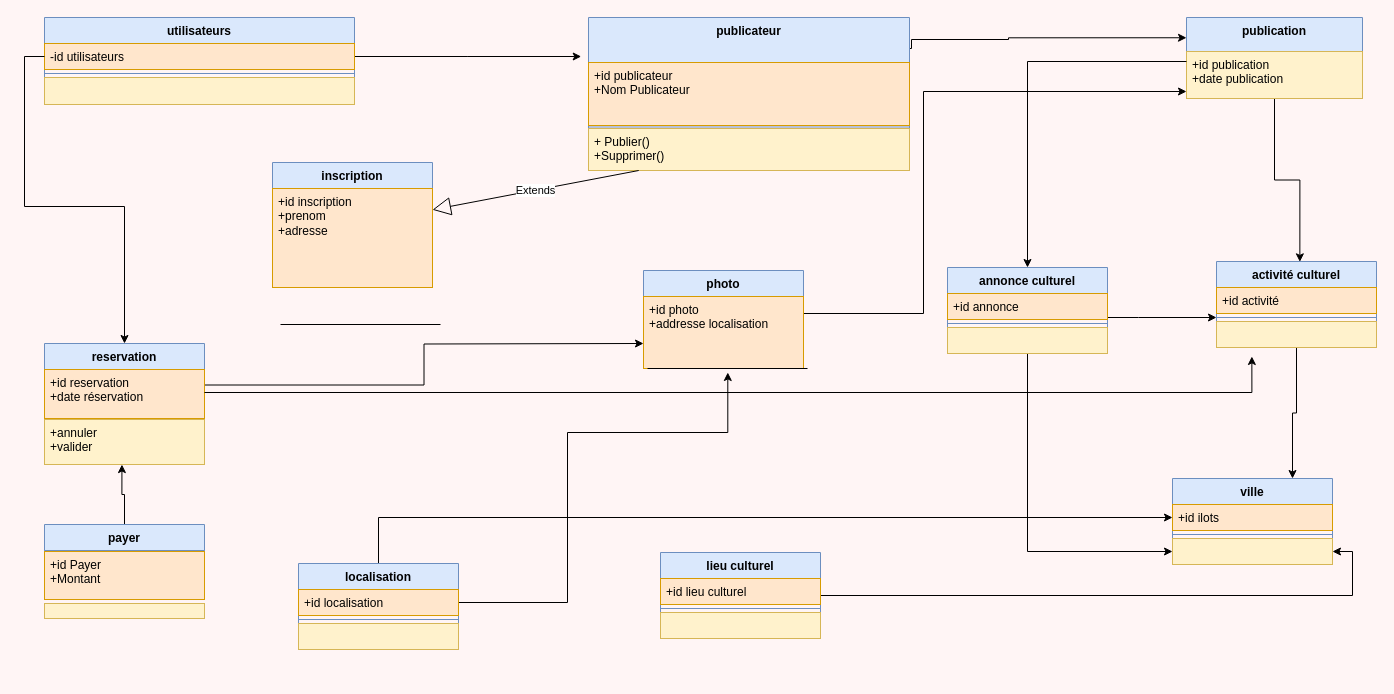
Before: page "Page-1" (1 of 2) of Diagramme sans nom.drawio in mawuli01/reactJS, a draw.io diagram. Source tidied: cells renumbered, new cells numbered last; positions are measured from the earlier drawing's top-left corner, leaving out a move shared by most shapes. Both pictures are drawn from the tidied source at 100%, with x=0, y=0 at pixel (44, 17).
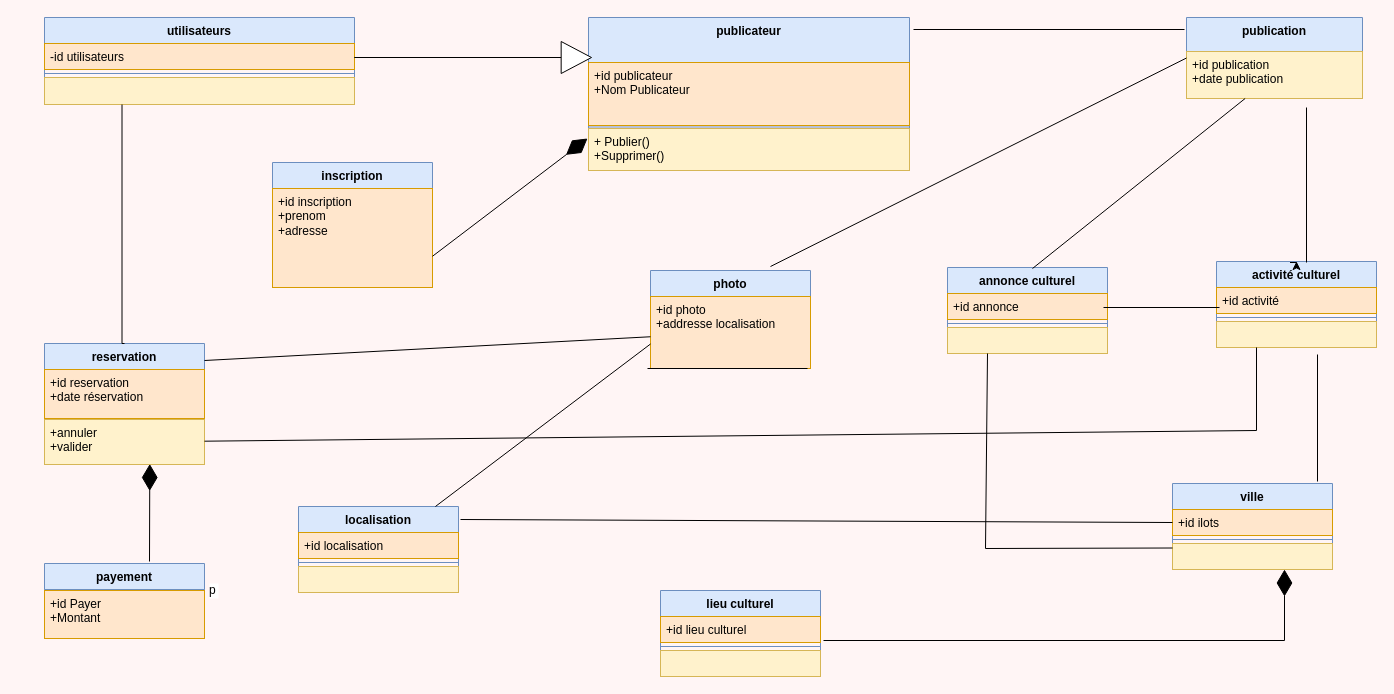
The same page after the edit.

Unchanged cells that the change refers to:
```xml
<mxCell id="2" value="utilisateurs" style="swimlane;fontStyle=1;align=center;verticalAlign=top;horizontal=1;startSize=26;whiteSpace=wrap;html=1;fillColor=#dae8fc;strokeColor=#6c8ebf;" parent="1" vertex="1">
  <mxGeometry width="310" height="87" as="geometry" />
</mxCell>
<mxCell id="4" value="-id utilisateurs" style="text;strokeColor=#d79b00;fillColor=#ffe6cc;align=left;verticalAlign=top;spacingLeft=4;spacingRight=4;overflow=hidden;points=[[0,0.5],[1,0.5]];portConstraint=eastwest;whiteSpace=wrap;html=1;" parent="2" vertex="1">
  <mxGeometry y="26" width="310" height="26" as="geometry" />
</mxCell>
<mxCell id="8" value="publicateur" style="swimlane;fontStyle=1;align=center;verticalAlign=top;horizontal=1;startSize=45;whiteSpace=wrap;html=1;strokeColor=#6c8ebf;fillColor=#dae8fc;" parent="1" vertex="1">
  <mxGeometry x="544" width="321" height="153" as="geometry" />
</mxCell>
<mxCell id="11" value="+ Publier()&lt;br&gt;+Supprimer()" style="text;strokeColor=#d6b656;fillColor=#fff2cc;align=left;verticalAlign=top;spacingLeft=4;spacingRight=4;overflow=hidden;points=[[0,0.5],[1,0.5]];portConstraint=eastwest;whiteSpace=wrap;html=1;" parent="8" vertex="1">
  <mxGeometry y="111" width="321" height="42" as="geometry" />
</mxCell>
<mxCell id="13" value="publication" style="swimlane;fontStyle=1;align=center;verticalAlign=top;horizontal=1;startSize=34;whiteSpace=wrap;html=1;fillColor=#dae8fc;strokeColor=#6c8ebf;" parent="1" vertex="1">
  <mxGeometry x="1142" width="176" height="81" as="geometry" />
</mxCell>
<mxCell id="14" value="+id publication&lt;br&gt;+date publication" style="text;strokeColor=#d6b656;fillColor=#fff2cc;align=left;verticalAlign=top;spacingLeft=4;spacingRight=4;overflow=hidden;points=[[0,0.5],[1,0.5]];portConstraint=eastwest;whiteSpace=wrap;html=1;" parent="13" vertex="1">
  <mxGeometry y="34" width="176" height="47" as="geometry" />
</mxCell>
<mxCell id="15" value="inscription" style="swimlane;fontStyle=1;align=center;verticalAlign=top;horizontal=1;startSize=26;whiteSpace=wrap;html=1;fillColor=#dae8fc;strokeColor=#6c8ebf;" parent="1" vertex="1">
  <mxGeometry x="228" y="145" width="160" height="125" as="geometry" />
</mxCell>
<mxCell id="18" value="reservation" style="swimlane;fontStyle=1;align=center;verticalAlign=top;horizontal=1;startSize=26;whiteSpace=wrap;html=1;fillColor=#dae8fc;strokeColor=#6c8ebf;" parent="1" vertex="1">
  <mxGeometry y="326" width="160" height="83" as="geometry" />
</mxCell>
<mxCell id="19" value="+id reservation&lt;br&gt;+date réservation" style="text;strokeColor=#d79b00;fillColor=#ffe6cc;align=left;verticalAlign=top;spacingLeft=4;spacingRight=4;overflow=hidden;points=[[0,0.5],[1,0.5]];portConstraint=eastwest;whiteSpace=wrap;html=1;" parent="18" vertex="1">
  <mxGeometry y="26" width="160" height="49" as="geometry" />
</mxCell>
<mxCell id="27" value="+id ilots&amp;nbsp;" style="text;strokeColor=#d79b00;fillColor=#ffe6cc;align=left;verticalAlign=top;spacingLeft=4;spacingRight=4;overflow=hidden;points=[[0,0.5],[1,0.5]];portConstraint=eastwest;whiteSpace=wrap;html=1;" parent="26" vertex="1">
  <mxGeometry y="26" width="160" height="26" as="geometry" />
</mxCell>
<mxCell id="29" style="text;strokeColor=#d6b656;fillColor=#fff2cc;align=left;verticalAlign=top;spacingLeft=4;spacingRight=4;overflow=hidden;points=[[0,0.5],[1,0.5]];portConstraint=eastwest;whiteSpace=wrap;html=1;" parent="26" vertex="1">
  <mxGeometry y="60" width="160" height="26" as="geometry" />
</mxCell>
<mxCell id="31" value="activité culturel" style="swimlane;fontStyle=1;align=center;verticalAlign=top;horizontal=1;startSize=26;whiteSpace=wrap;html=1;fillColor=#dae8fc;strokeColor=#6c8ebf;" parent="1" vertex="1">
  <mxGeometry x="1172" y="244" width="160" height="86" as="geometry" />
</mxCell>
<mxCell id="33" style="line;strokeWidth=1;fillColor=none;align=left;verticalAlign=middle;spacingTop=-1;spacingLeft=3;spacingRight=3;labelPosition=right;points=[];portConstraint=eastwest;strokeColor=inherit;" parent="31" vertex="1">
  <mxGeometry y="52" width="160" height="8" as="geometry" />
</mxCell>
<mxCell id="34" style="text;strokeColor=#d6b656;fillColor=#fff2cc;align=left;verticalAlign=top;spacingLeft=4;spacingRight=4;overflow=hidden;points=[[0,0.5],[1,0.5]];portConstraint=eastwest;whiteSpace=wrap;html=1;" parent="31" vertex="1">
  <mxGeometry y="60" width="160" height="26" as="geometry" />
</mxCell>
<mxCell id="38" value="annonce culturel" style="swimlane;fontStyle=1;align=center;verticalAlign=top;horizontal=1;startSize=26;whiteSpace=wrap;html=1;fillColor=#dae8fc;strokeColor=#6c8ebf;" parent="1" vertex="1">
  <mxGeometry x="903" y="250" width="160" height="86" as="geometry" />
</mxCell>
<mxCell id="43" value="+annuler&amp;nbsp;&lt;br&gt;+valider" style="text;strokeColor=#d6b656;fillColor=#fff2cc;align=left;verticalAlign=top;spacingLeft=4;spacingRight=4;overflow=hidden;points=[[0,0.5],[1,0.5]];portConstraint=eastwest;whiteSpace=wrap;html=1;" parent="1" vertex="1">
  <mxGeometry y="402" width="160" height="45" as="geometry" />
</mxCell>
<mxCell id="47" value="+id localisation" style="text;align=left;verticalAlign=top;spacingLeft=4;spacingRight=4;overflow=hidden;points=[[0,0.5],[1,0.5]];portConstraint=eastwest;whiteSpace=wrap;html=1;fillColor=#ffe6cc;strokeColor=#d79b00;" parent="45" vertex="1">
  <mxGeometry y="26" width="160" height="26" as="geometry" />
</mxCell>
<mxCell id="54" value="+id photo&lt;br&gt;+addresse localisation" style="text;strokeColor=#d79b00;fillColor=#ffe6cc;align=left;verticalAlign=top;spacingLeft=4;spacingRight=4;overflow=hidden;points=[[0,0.5],[1,0.5]];portConstraint=eastwest;whiteSpace=wrap;html=1;" parent="53" vertex="1">
  <mxGeometry y="26" width="160" height="72" as="geometry" />
</mxCell>
```

Change to the diagram source:
```diff
@@
-    <mxCell id="3" style="edgeStyle=orthogonalEdgeStyle;rounded=0;jettySize=auto;html=1;exitX=1;exitY=0.5;exitDx=0;exitDy=0;" parent="2" edge="1" source="4">
-      <mxGeometry relative="1" as="geometry">
-        <mxPoint x="536.7" y="39" as="targetPoint" />
-      </mxGeometry>
-    </mxCell>
@@
-    <mxCell id="7" style="edgeStyle=orthogonalEdgeStyle;rounded=0;jettySize=auto;html=1;exitX=1;exitY=0.25;exitDx=0;exitDy=0;entryX=0;entryY=0.25;entryDx=0;entryDy=0;" parent="1" edge="1" source="8" target="13">
-      <mxGeometry relative="1" as="geometry">
-        <Array as="points">
-          <mxPoint x="865" y="31" />
-          <mxPoint x="867" y="31" />
-          <mxPoint x="867" y="22" />
-          <mxPoint x="964" y="22" />
-          <mxPoint x="964" y="20" />
-        </Array>
-      </mxGeometry>
-    </mxCell>
@@
-    <mxCell id="12" style="edgeStyle=orthogonalEdgeStyle;rounded=0;jettySize=auto;html=1;entryX=0.521;entryY=0.004;entryDx=0;entryDy=0;entryPerimeter=0;" parent="1" edge="1" source="13" target="31">
-      <mxGeometry relative="1" as="geometry" />
-    </mxCell>
@@
-    <mxCell id="17" style="edgeStyle=orthogonalEdgeStyle;rounded=0;jettySize=auto;html=1;" parent="1" edge="1" source="18">
-      <mxGeometry relative="1" as="geometry">
-        <mxPoint x="599" y="326" as="targetPoint" />
-      </mxGeometry>
-    </mxCell>
@@
-    <mxCell id="21" style="edgeStyle=orthogonalEdgeStyle;rounded=0;jettySize=auto;html=1;entryX=1;entryY=0.5;entryDx=0;entryDy=0;" parent="1" edge="1" source="22" target="29">
-      <mxGeometry relative="1" as="geometry" />
-    </mxCell>
     <mxCell id="22" value="lieu culturel" style="swimlane;fontStyle=1;align=center;verticalAlign=top;horizontal=1;startSize=26;whiteSpace=wrap;html=1;fillColor=#dae8fc;strokeColor=#6c8ebf;" parent="1" vertex="1">
-      <mxGeometry x="616" y="535" width="160" height="86" as="geometry" />
+      <mxGeometry x="616" y="573" width="160" height="86" as="geometry" />
     </mxCell>
@@
     <mxCell id="26" value="ville" style="swimlane;fontStyle=1;align=center;verticalAlign=top;horizontal=1;startSize=26;whiteSpace=wrap;html=1;fillColor=#dae8fc;strokeColor=#6c8ebf;" parent="1" vertex="1">
-      <mxGeometry x="1128" y="461" width="160" height="86" as="geometry" />
+      <mxGeometry x="1128" y="466" width="160" height="86" as="geometry" />
     </mxCell>
@@
-    <mxCell id="30" style="edgeStyle=orthogonalEdgeStyle;rounded=0;jettySize=auto;html=1;entryX=0.75;entryY=0;entryDx=0;entryDy=0;" parent="1" edge="1" source="31" target="26">
-      <mxGeometry relative="1" as="geometry" />
-    </mxCell>
+    <mxCell id="62" style="endArrow=none;html=1;rounded=0;" parent="26" edge="1">
+      <mxGeometry relative="1" as="geometry">
+        <mxPoint x="145" y="-2" as="sourcePoint" />
+        <mxPoint x="145" y="-129" as="targetPoint" />
+      </mxGeometry>
+    </mxCell>
@@
+    <mxCell id="63" style="endArrow=none;html=1;rounded=0;" parent="31" edge="1">
+      <mxGeometry relative="1" as="geometry">
+        <mxPoint x="90" y="1" as="sourcePoint" />
+        <mxPoint x="90" y="-154" as="targetPoint" />
+      </mxGeometry>
+    </mxCell>
@@
-    <mxCell id="35" value="Extends" style="endArrow=block;endSize=16;endFill=0;html=1;rounded=0;" parent="1" edge="1" source="11" target="15">
-      <mxGeometry relative="1" as="geometry" />
-    </mxCell>
-    <mxCell id="36" style="edgeStyle=orthogonalEdgeStyle;rounded=0;jettySize=auto;html=1;entryX=0;entryY=0.5;entryDx=0;entryDy=0;" parent="1" edge="1" source="38" target="29">
-      <mxGeometry relative="1" as="geometry" />
-    </mxCell>
-    <mxCell id="37" style="edgeStyle=orthogonalEdgeStyle;rounded=0;jettySize=auto;html=1;" parent="1" edge="1" source="38" target="33">
-      <mxGeometry relative="1" as="geometry">
-        <Array as="points">
-          <mxPoint x="1094" y="300" />
-          <mxPoint x="1094" y="300" />
-        </Array>
-      </mxGeometry>
-    </mxCell>
@@
+    <mxCell id="64" style="endArrow=none;html=1;rounded=0;" parent="38" edge="1" target="14">
+      <mxGeometry relative="1" as="geometry">
+        <mxPoint x="85" y="1" as="sourcePoint" />
+      </mxGeometry>
+    </mxCell>
@@
-    <mxCell id="42" style="edgeStyle=orthogonalEdgeStyle;rounded=0;jettySize=auto;html=1;entryX=0.5;entryY=0;entryDx=0;entryDy=0;" parent="1" edge="1" source="14" target="38">
-      <mxGeometry relative="1" as="geometry">
-        <Array as="points">
-          <mxPoint x="983" y="44" />
-        </Array>
-      </mxGeometry>
-    </mxCell>
@@
-    <mxCell id="44" style="edgeStyle=orthogonalEdgeStyle;rounded=0;jettySize=auto;html=1;entryX=0;entryY=0.5;entryDx=0;entryDy=0;" parent="1" edge="1" source="45" target="27">
-      <mxGeometry relative="1" as="geometry" />
-    </mxCell>
     <mxCell id="45" value="localisation" style="swimlane;fontStyle=1;align=center;verticalAlign=top;horizontal=1;startSize=26;whiteSpace=wrap;html=1;fillColor=#dae8fc;strokeColor=#6c8ebf;" parent="1" vertex="1">
-      <mxGeometry x="254" y="546" width="160" height="86" as="geometry" />
+      <mxGeometry x="254" y="489" width="160" height="86" as="geometry" />
     </mxCell>
-    <mxCell id="46" style="edgeStyle=orthogonalEdgeStyle;rounded=0;jettySize=auto;html=1;" parent="45" edge="1" source="47">
-      <mxGeometry relative="1" as="geometry">
-        <mxPoint x="429.3" y="-191" as="targetPoint" />
-        <Array as="points">
-          <mxPoint x="269" y="39" />
-          <mxPoint x="269" y="-131" />
-          <mxPoint x="429" y="-131" />
-        </Array>
-      </mxGeometry>
-    </mxCell>
@@
-    <mxCell id="50" style="edgeStyle=orthogonalEdgeStyle;rounded=0;jettySize=auto;html=1;entryX=0.5;entryY=0;entryDx=0;entryDy=0;" parent="1" edge="1" source="4" target="18">
-      <mxGeometry relative="1" as="geometry" />
-    </mxCell>
-    <mxCell id="51" style="edgeStyle=orthogonalEdgeStyle;rounded=0;jettySize=auto;html=1;entryX=0.221;entryY=1.346;entryDx=0;entryDy=0;entryPerimeter=0;" parent="1" edge="1" source="19" target="34">
-      <mxGeometry relative="1" as="geometry">
-        <Array as="points">
-          <mxPoint x="1207" y="375" />
-        </Array>
-      </mxGeometry>
-    </mxCell>
-    <mxCell id="52" style="edgeStyle=orthogonalEdgeStyle;rounded=0;jettySize=auto;html=1;entryX=0;entryY=0.851;entryDx=0;entryDy=0;entryPerimeter=0;" parent="1" edge="1" source="53" target="14">
-      <mxGeometry relative="1" as="geometry">
-        <Array as="points">
-          <mxPoint x="879" y="296" />
-          <mxPoint x="879" y="74" />
-        </Array>
-      </mxGeometry>
-    </mxCell>
     <mxCell id="53" value="photo" style="swimlane;fontStyle=1;align=center;verticalAlign=top;horizontal=1;startSize=26;whiteSpace=wrap;html=1;fillColor=#dae8fc;strokeColor=#6c8ebf;" parent="1" vertex="1">
-      <mxGeometry x="599" y="253" width="160" height="98" as="geometry" />
+      <mxGeometry x="606" y="253" width="160" height="98" as="geometry" />
     </mxCell>
@@
-    <mxCell id="55" style="edgeStyle=orthogonalEdgeStyle;rounded=0;jettySize=auto;html=1;entryX=0.484;entryY=1.001;entryDx=0;entryDy=0;entryPerimeter=0;" parent="1" edge="1" source="56" target="43">
-      <mxGeometry relative="1" as="geometry" />
-    </mxCell>
+    <mxCell id="65" style="endArrow=none;html=1;rounded=0;entryX=0;entryY=0.5;entryDx=0;entryDy=0;" parent="53" edge="1" target="13">
+      <mxGeometry relative="1" as="geometry">
+        <mxPoint x="120" y="-4" as="sourcePoint" />
+      </mxGeometry>
+    </mxCell>
-    <mxCell id="56" value="payer" style="swimlane;fontStyle=1;align=center;verticalAlign=top;horizontal=1;startSize=26;whiteSpace=wrap;html=1;fillColor=#dae8fc;strokeColor=#6c8ebf;" parent="1" vertex="1">
-      <mxGeometry y="507" width="160" height="75" as="geometry" />
+    <mxCell id="56" value="payement" style="swimlane;fontStyle=1;align=center;verticalAlign=top;horizontal=1;startSize=26;whiteSpace=wrap;html=1;fillColor=#dae8fc;strokeColor=#6c8ebf;" parent="1" vertex="1">
+      <mxGeometry y="546" width="160" height="75" as="geometry" />
     </mxCell>
-    <mxCell id="57" style="line;strokeWidth=1;fillColor=none;align=left;verticalAlign=middle;spacingTop=-1;spacingLeft=3;spacingRight=3;labelPosition=right;strokeColor=inherit;" parent="56" vertex="1">
+    <mxCell id="57" value="p" style="line;strokeWidth=1;fillColor=none;align=left;verticalAlign=middle;spacingTop=-1;spacingLeft=3;spacingRight=3;labelPosition=right;strokeColor=inherit;" parent="56" vertex="1">
       <mxGeometry y="26" width="160" height="1" as="geometry" />
     </mxCell>
@@
-    <mxCell id="59" style="line;strokeWidth=1;fillColor=none;align=left;verticalAlign=middle;spacingTop=-1;spacingLeft=3;spacingRight=3;labelPosition=right;strokeColor=inherit;" parent="1" vertex="1">
-      <mxGeometry x="236" y="303" width="160" height="8" as="geometry" />
-    </mxCell>
-    <mxCell id="60" style="text;strokeColor=#d6b656;fillColor=#fff2cc;align=left;verticalAlign=top;spacingLeft=4;spacingRight=4;overflow=hidden;whiteSpace=wrap;html=1;" parent="1" vertex="1">
-      <mxGeometry y="586" width="160" height="15" as="geometry" />
-    </mxCell>
@@
+    <mxCell id="66" style="endArrow=none;html=1;rounded=0;" parent="1" edge="1">
+      <mxGeometry relative="1" as="geometry">
+        <mxPoint x="869" y="12" as="sourcePoint" />
+        <mxPoint x="1140" y="12" as="targetPoint" />
+      </mxGeometry>
+    </mxCell>
+    <mxCell id="67" style="endArrow=none;html=1;edgeStyle=orthogonalEdgeStyle;rounded=0;exitX=0.25;exitY=1;exitDx=0;exitDy=0;entryX=0.5;entryY=0;entryDx=0;entryDy=0;" parent="1" edge="1" source="2" target="18">
+      <mxGeometry relative="1" as="geometry">
+        <Array as="points">
+          <mxPoint x="78" y="326" />
+        </Array>
+      </mxGeometry>
+    </mxCell>
+    <mxCell id="68" style="endArrow=diamondThin;endFill=1;endSize=24;html=1;rounded=0;entryX=0.658;entryY=0.989;entryDx=0;entryDy=0;entryPerimeter=0;" parent="1" edge="1" target="43">
+      <mxGeometry relative="1" as="geometry">
+        <mxPoint x="105" y="544" as="sourcePoint" />
+      </mxGeometry>
+    </mxCell>
+    <mxCell id="69" style="endArrow=diamondThin;endFill=1;endSize=24;html=1;rounded=0;exitX=1;exitY=0.75;exitDx=0;exitDy=0;" parent="1" edge="1" source="15">
+      <mxGeometry relative="1" as="geometry">
+        <mxPoint x="543" y="121" as="targetPoint" />
+      </mxGeometry>
+    </mxCell>
+    <mxCell id="70" style="html=1;shadow=0;dashed=0;align=center;verticalAlign=middle;shape=mxgraph.arrows2.arrow;dy=1;dx=30.33;notch=0;" parent="1" vertex="1">
+      <mxGeometry x="310" y="24" width="237" height="32" as="geometry" />
+    </mxCell>
+    <mxCell id="71" style="endArrow=none;html=1;rounded=0;" parent="1" edge="1" target="54">
+      <mxGeometry relative="1" as="geometry">
+        <mxPoint x="160" y="343" as="sourcePoint" />
+      </mxGeometry>
+    </mxCell>
+    <mxCell id="72" style="edgeStyle=orthogonalEdgeStyle;rounded=0;jettySize=auto;html=1;exitX=1;exitY=0.5;exitDx=0;exitDy=0;exitPerimeter=0;entryX=0.5;entryY=0;entryDx=0;entryDy=0;" parent="1" edge="1" target="31">
+      <mxGeometry relative="1" as="geometry">
+        <mxPoint x="1245.5" y="245" as="sourcePoint" />
+      </mxGeometry>
+    </mxCell>
+    <mxCell id="73" style="endArrow=none;html=1;rounded=0;entryX=0;entryY=0.75;entryDx=0;entryDy=0;" parent="1" edge="1" source="45" target="53">
+      <mxGeometry relative="1" as="geometry" />
+    </mxCell>
+    <mxCell id="74" style="endArrow=none;html=1;rounded=0;entryX=0;entryY=0.5;entryDx=0;entryDy=0;" parent="1" edge="1" target="27">
+      <mxGeometry relative="1" as="geometry">
+        <mxPoint x="416" y="502" as="sourcePoint" />
+      </mxGeometry>
+    </mxCell>
+    <mxCell id="75" style="endArrow=none;html=1;rounded=0;" parent="1" edge="1">
+      <mxGeometry relative="1" as="geometry">
+        <mxPoint x="1059" y="290" as="sourcePoint" />
+        <mxPoint x="1175" y="290" as="targetPoint" />
+      </mxGeometry>
+    </mxCell>
+    <mxCell id="76" style="endArrow=none;html=1;rounded=0;entryX=0.25;entryY=1;entryDx=0;entryDy=0;" parent="1" edge="1" source="43" target="31">
+      <mxGeometry relative="1" as="geometry">
+        <Array as="points">
+          <mxPoint x="1212" y="413" />
+        </Array>
+      </mxGeometry>
+    </mxCell>
+    <mxCell id="77" style="endArrow=diamondThin;endFill=1;endSize=24;html=1;rounded=0;" parent="1" edge="1">
+      <mxGeometry relative="1" as="geometry">
+        <mxPoint x="779" y="623" as="sourcePoint" />
+        <mxPoint x="1240" y="552" as="targetPoint" />
+        <Array as="points">
+          <mxPoint x="1240" y="623" />
+        </Array>
+      </mxGeometry>
+    </mxCell>
+    <mxCell id="78" style="endArrow=none;html=1;rounded=0;entryX=0;entryY=0.75;entryDx=0;entryDy=0;exitX=0.25;exitY=1;exitDx=0;exitDy=0;" parent="1" edge="1" source="38" target="26">
+      <mxGeometry relative="1" as="geometry">
+        <Array as="points">
+          <mxPoint x="941" y="531" />
+        </Array>
+      </mxGeometry>
+    </mxCell>
```
